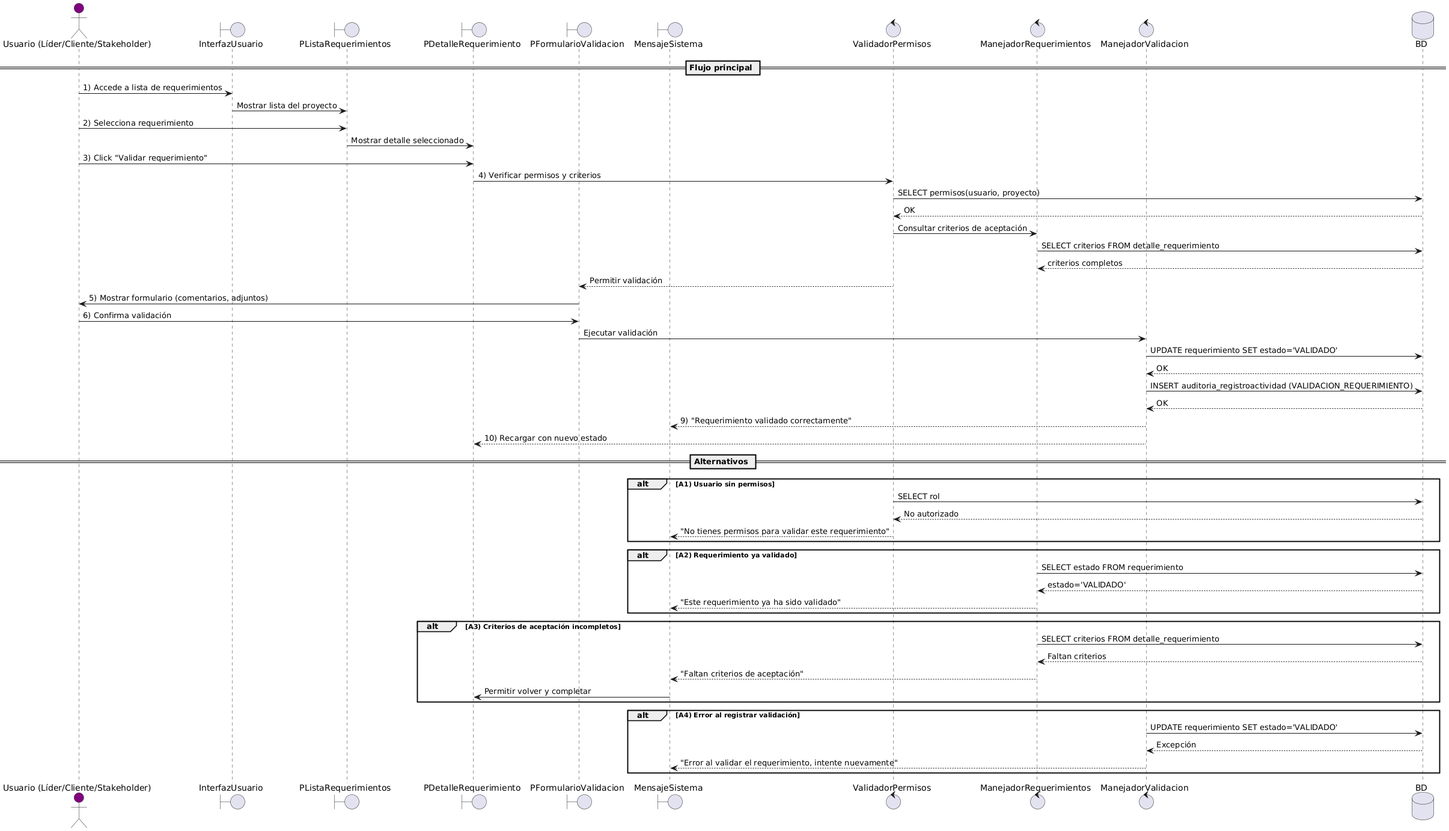
Earlier version of the PlantUML export 3-CONSTRUCCION/ITERACIÓN 2/34. Especificacion de CU a implemantar/Diagramas/DS-CU12.png (uarg-unpa/grcu-manager).
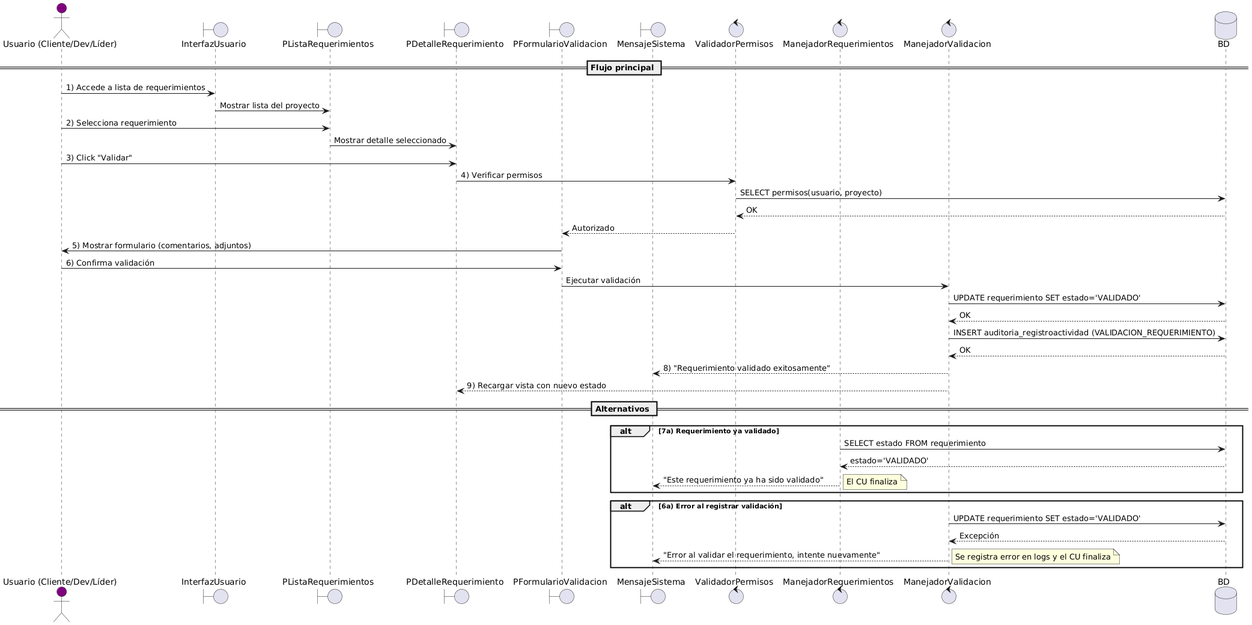
After the commit.

The edit, as a diff of the source:
```diff
@@ -1,5 +1,5 @@
 @startuml
-actor "Usuario (Líder/Cliente/Stakeholder)" as Usuario #purple
+actor "Usuario (Cliente/Dev/Líder)" as Usuario #purple
 boundary InterfazUsuario
 boundary PListaRequerimientos
 boundary PDetalleRequerimiento
@@ -15,15 +15,12 @@
 InterfazUsuario -> PListaRequerimientos: Mostrar lista del proyecto
 Usuario -> PListaRequerimientos: 2) Selecciona requerimiento
 PListaRequerimientos -> PDetalleRequerimiento: Mostrar detalle seleccionado
-Usuario -> PDetalleRequerimiento: 3) Click "Validar requerimiento"
+Usuario -> PDetalleRequerimiento: 3) Click "Validar"
 
-PDetalleRequerimiento -> ValidadorPermisos: 4) Verificar permisos y criterios
+PDetalleRequerimiento -> ValidadorPermisos: 4) Verificar permisos
 ValidadorPermisos -> BD: SELECT permisos(usuario, proyecto)
 BD --> ValidadorPermisos: OK
-ValidadorPermisos -> ManejadorRequerimientos: Consultar criterios de aceptación
-ManejadorRequerimientos -> BD: SELECT criterios FROM detalle_requerimiento
-BD --> ManejadorRequerimientos: criterios completos
-ValidadorPermisos --> PFormularioValidacion: Permitir validación
+ValidadorPermisos --> PFormularioValidacion: Autorizado
 
 PFormularioValidacion -> Usuario: 5) Mostrar formulario (comentarios, adjuntos)
 Usuario -> PFormularioValidacion: 6) Confirma validación
@@ -34,32 +31,21 @@
 ManejadorValidacion -> BD: INSERT auditoria_registroactividad (VALIDACION_REQUERIMIENTO)
 BD --> ManejadorValidacion: OK
 
-ManejadorValidacion --> MensajeSistema: 9) "Requerimiento validado correctamente"
-ManejadorValidacion --> PDetalleRequerimiento: 10) Recargar con nuevo estado
+ManejadorValidacion --> MensajeSistema: 8) "Requerimiento validado exitosamente"
+ManejadorValidacion --> PDetalleRequerimiento: 9) Recargar vista con nuevo estado
 
 == Alternativos ==
-alt A1) Usuario sin permisos
-  ValidadorPermisos -> BD: SELECT rol
-  BD --> ValidadorPermisos: No autorizado
-  ValidadorPermisos --> MensajeSistema: "No tienes permisos para validar este requerimiento"
-end
-
-alt A2) Requerimiento ya validado
+alt 7a) Requerimiento ya validado
   ManejadorRequerimientos -> BD: SELECT estado FROM requerimiento
   BD --> ManejadorRequerimientos: estado='VALIDADO'
   ManejadorRequerimientos --> MensajeSistema: "Este requerimiento ya ha sido validado"
+  note right: El CU finaliza
 end
 
-alt A3) Criterios de aceptación incompletos
-  ManejadorRequerimientos -> BD: SELECT criterios FROM detalle_requerimiento
-  BD --> ManejadorRequerimientos: Faltan criterios
-  ManejadorRequerimientos --> MensajeSistema: "Faltan criterios de aceptación"
-  MensajeSistema -> PDetalleRequerimiento: Permitir volver y completar
-end
-
-alt A4) Error al registrar validación
+alt 6a) Error al registrar validación
   ManejadorValidacion -> BD: UPDATE requerimiento SET estado='VALIDADO'
   BD --> ManejadorValidacion: Excepción
   ManejadorValidacion --> MensajeSistema: "Error al validar el requerimiento, intente nuevamente"
+  note right: Se registra error en logs y el CU finaliza
 end
 @enduml
```
